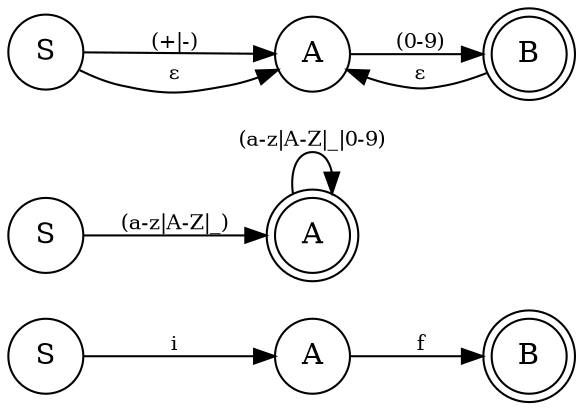
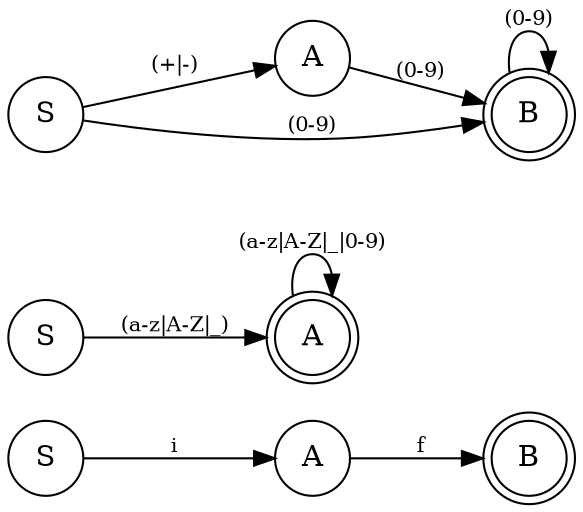
digraph dfa_lexer {
    rankdir = LR;

    node [shape = "circle"];
    edge [labeldistance = 2, labelangle = 0, fontsize = 10];

    if_S [label = "S"];
    if_A [label = "A"];
    if_B [label = "B", peripheries = 2];

    if_S -> if_A [label = "i"];
    if_A -> if_B [label = "f"];

    ident_S [label = "S"];
    ident_A [label = "A", peripheries = 2];

    ident_S -> ident_A [label = "(a-z|A-Z|_)"];
    ident_A -> ident_A [label = "(a-z|A-Z|_|0-9)"];

    num_S [label = "S"];
    num_A [label = "A"];
    num_B [label = "B", peripheries = 2];

    num_S -> num_A [label = "(+|-)"];
-     num_S -> num_A [label = "ε"];
+     num_S -> num_B [label = "(0-9)"];
    num_A -> num_B [label = "(0-9)"];
-     num_B -> num_A [label = "ε"];
+     num_B -> num_B [label = "(0-9)"];
}
